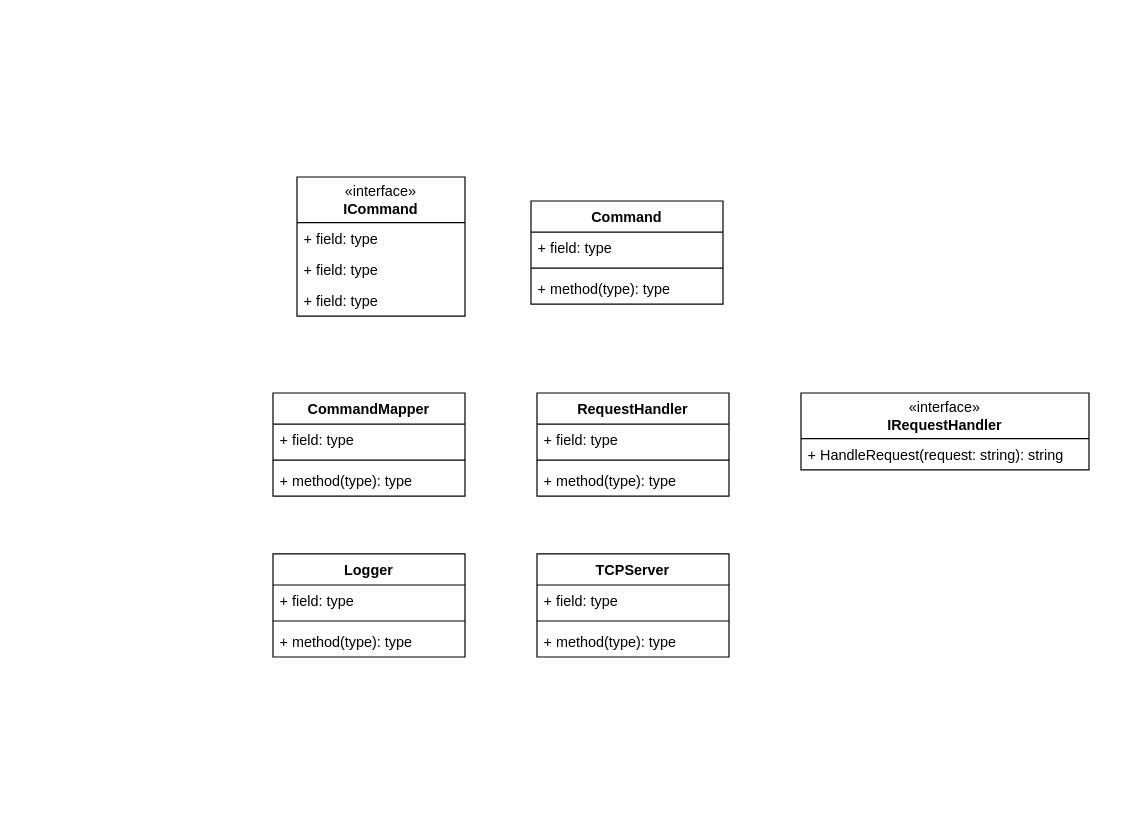
Before: bank/docs/classes.drawio in KoubekJ1/portfolio, a draw.io diagram. Source tidied: cells renumbered, new cells numbered last; positions are measured from the earlier drawing's top-left corner, leaving out a move shared by most shapes. Both pictures are drawn from the tidied source at 120%, with x=0, y=0 at pixel (272, 176).
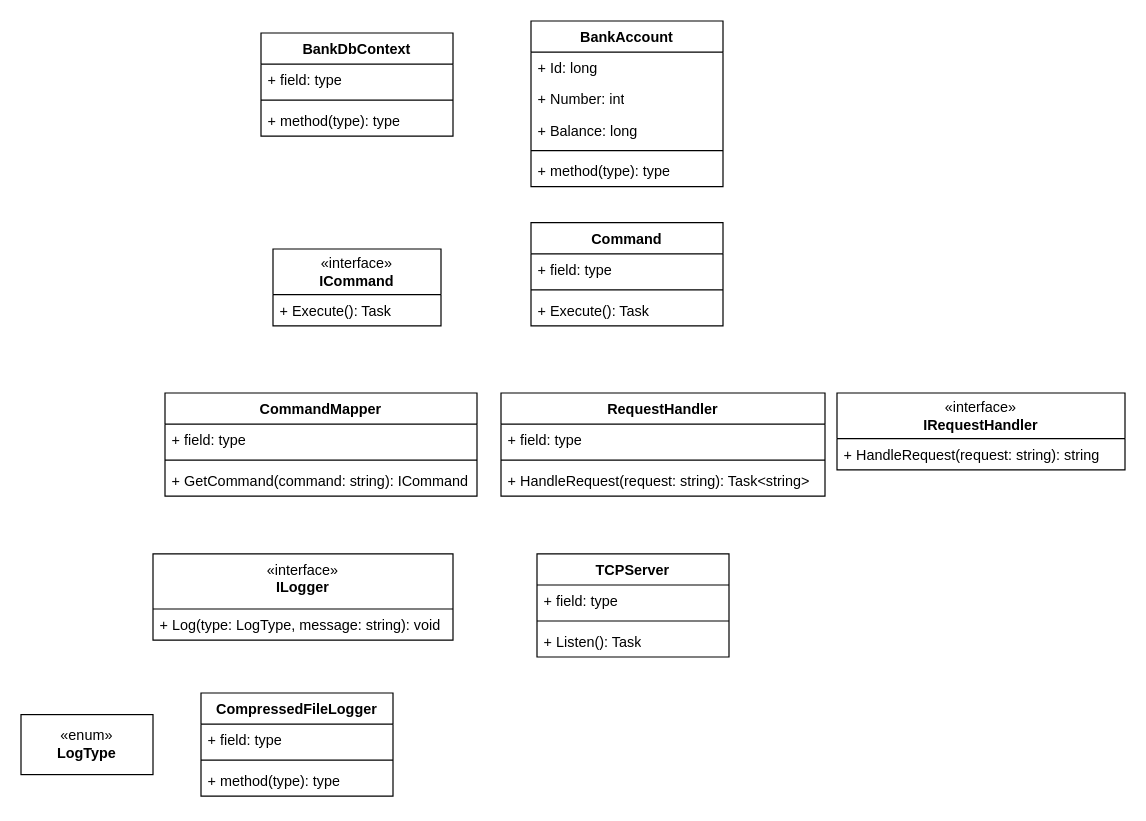
Above is the later version.

The change refers to these unchanged cells:
```xml
<mxCell id="2" value="TCPServer" style="swimlane;fontStyle=1;align=center;verticalAlign=top;horizontal=1;startSize=26;whiteSpace=wrap;html=1;" parent="1" vertex="1">
  <mxGeometry x="220" y="314" width="160" height="86" as="geometry" />
</mxCell>
```

Diff of the diagram source:
```diff
@@
-    <mxCell id="5" value="+ method(type): type" style="text;strokeColor=none;fillColor=none;align=left;verticalAlign=top;spacingLeft=4;spacingRight=4;overflow=hidden;whiteSpace=wrap;html=1;" parent="2" vertex="1">
+    <mxCell id="5" value="+ Listen(): Task" style="text;strokeColor=none;fillColor=none;align=left;verticalAlign=top;spacingLeft=4;spacingRight=4;overflow=hidden;whiteSpace=wrap;html=1;" parent="2" vertex="1">
       <mxGeometry y="60" width="160" height="26" as="geometry" />
     </mxCell>
     <mxCell id="6" value="CommandMapper" style="swimlane;fontStyle=1;align=center;verticalAlign=top;horizontal=1;startSize=26;whiteSpace=wrap;html=1;" parent="1" vertex="1">
-      <mxGeometry y="180" width="160" height="86" as="geometry" />
+      <mxGeometry x="-90" y="180" width="260" height="86" as="geometry" />
     </mxCell>
     <mxCell id="7" value="+ field: type" style="text;strokeColor=none;fillColor=none;align=left;verticalAlign=top;spacingLeft=4;spacingRight=4;overflow=hidden;whiteSpace=wrap;html=1;" parent="6" vertex="1">
-      <mxGeometry y="26" width="160" height="26" as="geometry" />
+      <mxGeometry y="26" width="260" height="26" as="geometry" />
     </mxCell>
     <mxCell id="8" style="line;strokeWidth=1;fillColor=none;align=left;verticalAlign=middle;spacingTop=-1;spacingLeft=3;spacingRight=3;labelPosition=right;strokeColor=inherit;" parent="6" vertex="1">
-      <mxGeometry y="52" width="160" height="8" as="geometry" />
+      <mxGeometry y="52" width="260" height="8" as="geometry" />
     </mxCell>
-    <mxCell id="9" value="+ method(type): type" style="text;strokeColor=none;fillColor=none;align=left;verticalAlign=top;spacingLeft=4;spacingRight=4;overflow=hidden;whiteSpace=wrap;html=1;" parent="6" vertex="1">
-      <mxGeometry y="60" width="160" height="26" as="geometry" />
+    <mxCell id="9" value="+ GetCommand(command: string): ICommand" style="text;strokeColor=none;fillColor=none;align=left;verticalAlign=top;spacingLeft=4;spacingRight=4;overflow=hidden;whiteSpace=wrap;html=1;" parent="6" vertex="1">
+      <mxGeometry y="60" width="260" height="26" as="geometry" />
     </mxCell>
     <mxCell id="10" value="«interface»&lt;br&gt;&lt;b&gt;ICommand&lt;/b&gt;" style="swimlane;fontStyle=0;horizontal=1;startSize=38;fillColor=none;whiteSpace=wrap;html=1;" parent="1" vertex="1">
-      <mxGeometry x="20" width="140" height="116" as="geometry" />
+      <mxGeometry y="60" width="140" height="64" as="geometry" />
     </mxCell>
-    <mxCell id="11" value="+ field: type" style="text;strokeColor=none;fillColor=none;align=left;verticalAlign=top;spacingLeft=4;spacingRight=4;overflow=hidden;whiteSpace=wrap;html=1;" parent="10" vertex="1">
+    <mxCell id="11" value="+ Execute(): Task" style="text;strokeColor=none;fillColor=none;align=left;verticalAlign=top;spacingLeft=4;spacingRight=4;overflow=hidden;whiteSpace=wrap;html=1;" parent="10" vertex="1">
       <mxGeometry y="38" width="140" height="26" as="geometry" />
     </mxCell>
-    <mxCell id="12" value="+ field: type" style="text;strokeColor=none;fillColor=none;align=left;verticalAlign=top;spacingLeft=4;spacingRight=4;overflow=hidden;whiteSpace=wrap;html=1;" parent="10" vertex="1">
-      <mxGeometry y="64" width="140" height="26" as="geometry" />
-    </mxCell>
-    <mxCell id="13" value="+ field: type" style="text;strokeColor=none;fillColor=none;align=left;verticalAlign=top;spacingLeft=4;spacingRight=4;overflow=hidden;whiteSpace=wrap;html=1;" parent="10" vertex="1">
-      <mxGeometry y="90" width="140" height="26" as="geometry" />
-    </mxCell>
     <mxCell id="14" value="Command" style="swimlane;fontStyle=1;align=center;verticalAlign=top;horizontal=1;startSize=26;whiteSpace=wrap;html=1;" parent="1" vertex="1">
-      <mxGeometry x="215" y="20" width="160" height="86" as="geometry" />
+      <mxGeometry x="215" y="38" width="160" height="86" as="geometry" />
     </mxCell>
@@
-    <mxCell id="17" value="+ method(type): type" style="text;strokeColor=none;fillColor=none;align=left;verticalAlign=top;spacingLeft=4;spacingRight=4;overflow=hidden;whiteSpace=wrap;html=1;" parent="14" vertex="1">
+    <mxCell id="17" value="+ Execute(): Task" style="text;strokeColor=none;fillColor=none;align=left;verticalAlign=top;spacingLeft=4;spacingRight=4;overflow=hidden;whiteSpace=wrap;html=1;" parent="14" vertex="1">
       <mxGeometry y="60" width="160" height="26" as="geometry" />
     </mxCell>
     <mxCell id="18" value="«interface»&lt;br&gt;&lt;b&gt;IRequestHandler&lt;/b&gt;" style="swimlane;fontStyle=0;horizontal=1;startSize=38;fillColor=none;whiteSpace=wrap;html=1;" parent="1" vertex="1">
-      <mxGeometry x="440" y="180" width="240" height="64" as="geometry" />
+      <mxGeometry x="470" y="180" width="240" height="64" as="geometry" />
     </mxCell>
@@
     <mxCell id="20" value="RequestHandler" style="swimlane;fontStyle=1;align=center;verticalAlign=top;horizontal=1;startSize=26;whiteSpace=wrap;html=1;" parent="1" vertex="1">
-      <mxGeometry x="220" y="180" width="160" height="86" as="geometry" />
+      <mxGeometry x="190" y="180" width="270" height="86" as="geometry" />
     </mxCell>
     <mxCell id="21" value="+ field: type" style="text;strokeColor=none;fillColor=none;align=left;verticalAlign=top;spacingLeft=4;spacingRight=4;overflow=hidden;whiteSpace=wrap;html=1;" parent="20" vertex="1">
-      <mxGeometry y="26" width="160" height="26" as="geometry" />
+      <mxGeometry y="26" width="270" height="26" as="geometry" />
     </mxCell>
     <mxCell id="22" style="line;strokeWidth=1;fillColor=none;align=left;verticalAlign=middle;spacingTop=-1;spacingLeft=3;spacingRight=3;labelPosition=right;strokeColor=inherit;" parent="20" vertex="1">
-      <mxGeometry y="52" width="160" height="8" as="geometry" />
+      <mxGeometry y="52" width="270" height="8" as="geometry" />
     </mxCell>
-    <mxCell id="23" value="+ method(type): type" style="text;strokeColor=none;fillColor=none;align=left;verticalAlign=top;spacingLeft=4;spacingRight=4;overflow=hidden;whiteSpace=wrap;html=1;" parent="20" vertex="1">
-      <mxGeometry y="60" width="160" height="26" as="geometry" />
+    <mxCell id="23" value="+ HandleRequest(request: string): Task&amp;lt;string&amp;gt;" style="text;strokeColor=none;fillColor=none;align=left;verticalAlign=top;spacingLeft=4;spacingRight=4;overflow=hidden;whiteSpace=wrap;html=1;" parent="20" vertex="1">
+      <mxGeometry y="60" width="270" height="26" as="geometry" />
     </mxCell>
-    <mxCell id="24" value="Logger" style="swimlane;fontStyle=1;align=center;verticalAlign=top;horizontal=1;startSize=26;whiteSpace=wrap;html=1;" parent="1" vertex="1">
-      <mxGeometry y="314" width="160" height="86" as="geometry" />
+    <mxCell id="24" value="&lt;div&gt;&lt;span style=&quot;font-weight: 400;&quot;&gt;«interface»&lt;/span&gt;&lt;/div&gt;ILogger" style="swimlane;fontStyle=1;align=center;verticalAlign=top;horizontal=1;startSize=46;whiteSpace=wrap;html=1;" parent="1" vertex="1">
+      <mxGeometry x="-100" y="314" width="250" height="72" as="geometry" />
     </mxCell>
-    <mxCell id="25" value="+ field: type" style="text;strokeColor=none;fillColor=none;align=left;verticalAlign=top;spacingLeft=4;spacingRight=4;overflow=hidden;whiteSpace=wrap;html=1;" parent="24" vertex="1">
-      <mxGeometry y="26" width="160" height="26" as="geometry" />
-    </mxCell>
-    <mxCell id="26" style="line;strokeWidth=1;fillColor=none;align=left;verticalAlign=middle;spacingTop=-1;spacingLeft=3;spacingRight=3;labelPosition=right;strokeColor=inherit;" parent="24" vertex="1">
-      <mxGeometry y="52" width="160" height="8" as="geometry" />
-    </mxCell>
-    <mxCell id="27" value="+ method(type): type" style="text;strokeColor=none;fillColor=none;align=left;verticalAlign=top;spacingLeft=4;spacingRight=4;overflow=hidden;whiteSpace=wrap;html=1;" parent="24" vertex="1">
-      <mxGeometry y="60" width="160" height="26" as="geometry" />
+    <mxCell id="27" value="+ Log(type: LogType, message: string): void" style="text;strokeColor=none;fillColor=none;align=left;verticalAlign=top;spacingLeft=4;spacingRight=4;overflow=hidden;whiteSpace=wrap;html=1;" parent="24" vertex="1">
+      <mxGeometry y="46" width="250" height="26" as="geometry" />
     </mxCell>
+    <mxCell id="28" value="BankDbContext" style="swimlane;fontStyle=1;align=center;verticalAlign=top;horizontal=1;startSize=26;whiteSpace=wrap;html=1;" parent="1" vertex="1">
+      <mxGeometry x="-10" y="-120" width="160" height="86" as="geometry" />
+    </mxCell>
+    <mxCell id="29" value="+ field: type" style="text;strokeColor=none;fillColor=none;align=left;verticalAlign=top;spacingLeft=4;spacingRight=4;overflow=hidden;whiteSpace=wrap;html=1;" parent="28" vertex="1">
+      <mxGeometry y="26" width="160" height="26" as="geometry" />
+    </mxCell>
+    <mxCell id="30" style="line;strokeWidth=1;fillColor=none;align=left;verticalAlign=middle;spacingTop=-1;spacingLeft=3;spacingRight=3;labelPosition=right;strokeColor=inherit;" parent="28" vertex="1">
+      <mxGeometry y="52" width="160" height="8" as="geometry" />
+    </mxCell>
+    <mxCell id="31" value="+ method(type): type" style="text;strokeColor=none;fillColor=none;align=left;verticalAlign=top;spacingLeft=4;spacingRight=4;overflow=hidden;whiteSpace=wrap;html=1;" parent="28" vertex="1">
+      <mxGeometry y="60" width="160" height="26" as="geometry" />
+    </mxCell>
+    <mxCell id="32" value="BankAccount" style="swimlane;fontStyle=1;align=center;verticalAlign=top;horizontal=1;startSize=26;whiteSpace=wrap;html=1;" parent="1" vertex="1">
+      <mxGeometry x="215" y="-130" width="160" height="138" as="geometry" />
+    </mxCell>
+    <mxCell id="33" value="+ Id: long" style="text;strokeColor=none;fillColor=none;align=left;verticalAlign=top;spacingLeft=4;spacingRight=4;overflow=hidden;whiteSpace=wrap;html=1;" parent="32" vertex="1">
+      <mxGeometry y="26" width="160" height="26" as="geometry" />
+    </mxCell>
+    <mxCell id="34" value="+ Number: int" style="text;strokeColor=none;fillColor=none;align=left;verticalAlign=top;spacingLeft=4;spacingRight=4;overflow=hidden;whiteSpace=wrap;html=1;" parent="32" vertex="1">
+      <mxGeometry y="52" width="160" height="26" as="geometry" />
+    </mxCell>
+    <mxCell id="35" value="+ Balance: long" style="text;strokeColor=none;fillColor=none;align=left;verticalAlign=top;spacingLeft=4;spacingRight=4;overflow=hidden;whiteSpace=wrap;html=1;" parent="32" vertex="1">
+      <mxGeometry y="78" width="160" height="26" as="geometry" />
+    </mxCell>
+    <mxCell id="36" style="line;strokeWidth=1;fillColor=none;align=left;verticalAlign=middle;spacingTop=-1;spacingLeft=3;spacingRight=3;labelPosition=right;strokeColor=inherit;" parent="32" vertex="1">
+      <mxGeometry y="104" width="160" height="8" as="geometry" />
+    </mxCell>
+    <mxCell id="37" value="+ method(type): type" style="text;strokeColor=none;fillColor=none;align=left;verticalAlign=top;spacingLeft=4;spacingRight=4;overflow=hidden;whiteSpace=wrap;html=1;" parent="32" vertex="1">
+      <mxGeometry y="112" width="160" height="26" as="geometry" />
+    </mxCell>
+    <mxCell id="38" value="«enum»&lt;br&gt;&lt;b&gt;LogType&lt;/b&gt;" style="html=1;whiteSpace=wrap;" parent="1" vertex="1">
+      <mxGeometry x="-210" y="448" width="110" height="50" as="geometry" />
+    </mxCell>
+    <mxCell id="39" value="CompressedFileLogger" style="swimlane;fontStyle=1;align=center;verticalAlign=top;horizontal=1;startSize=26;whiteSpace=wrap;html=1;" parent="1" vertex="1">
+      <mxGeometry x="-60" y="430" width="160" height="86" as="geometry" />
+    </mxCell>
+    <mxCell id="40" value="+ field: type" style="text;strokeColor=none;fillColor=none;align=left;verticalAlign=top;spacingLeft=4;spacingRight=4;overflow=hidden;whiteSpace=wrap;html=1;" parent="39" vertex="1">
+      <mxGeometry y="26" width="160" height="26" as="geometry" />
+    </mxCell>
+    <mxCell id="41" style="line;strokeWidth=1;fillColor=none;align=left;verticalAlign=middle;spacingTop=-1;spacingLeft=3;spacingRight=3;labelPosition=right;strokeColor=inherit;" parent="39" vertex="1">
+      <mxGeometry y="52" width="160" height="8" as="geometry" />
+    </mxCell>
+    <mxCell id="42" value="+ method(type): type" style="text;strokeColor=none;fillColor=none;align=left;verticalAlign=top;spacingLeft=4;spacingRight=4;overflow=hidden;whiteSpace=wrap;html=1;" parent="39" vertex="1">
+      <mxGeometry y="60" width="160" height="26" as="geometry" />
+    </mxCell>
```
